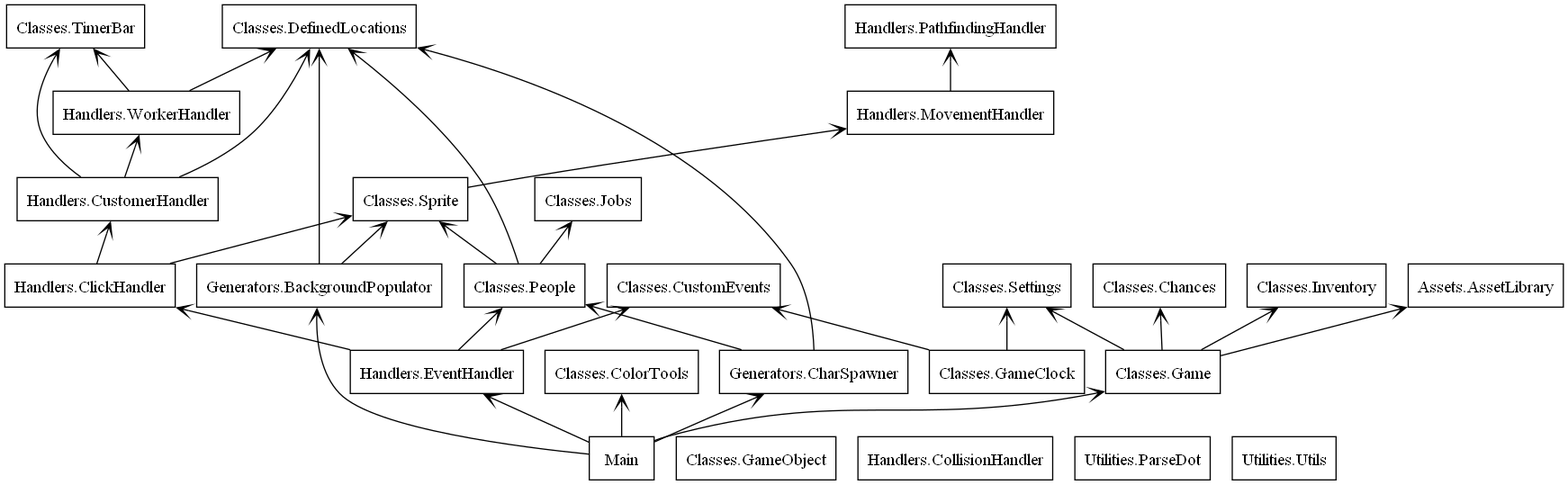
Above: Utilities/packages.png in AedanM/PoppaPizza (Graphviz), before the change. Its source is kept beside it as Utilities/packages.dot.
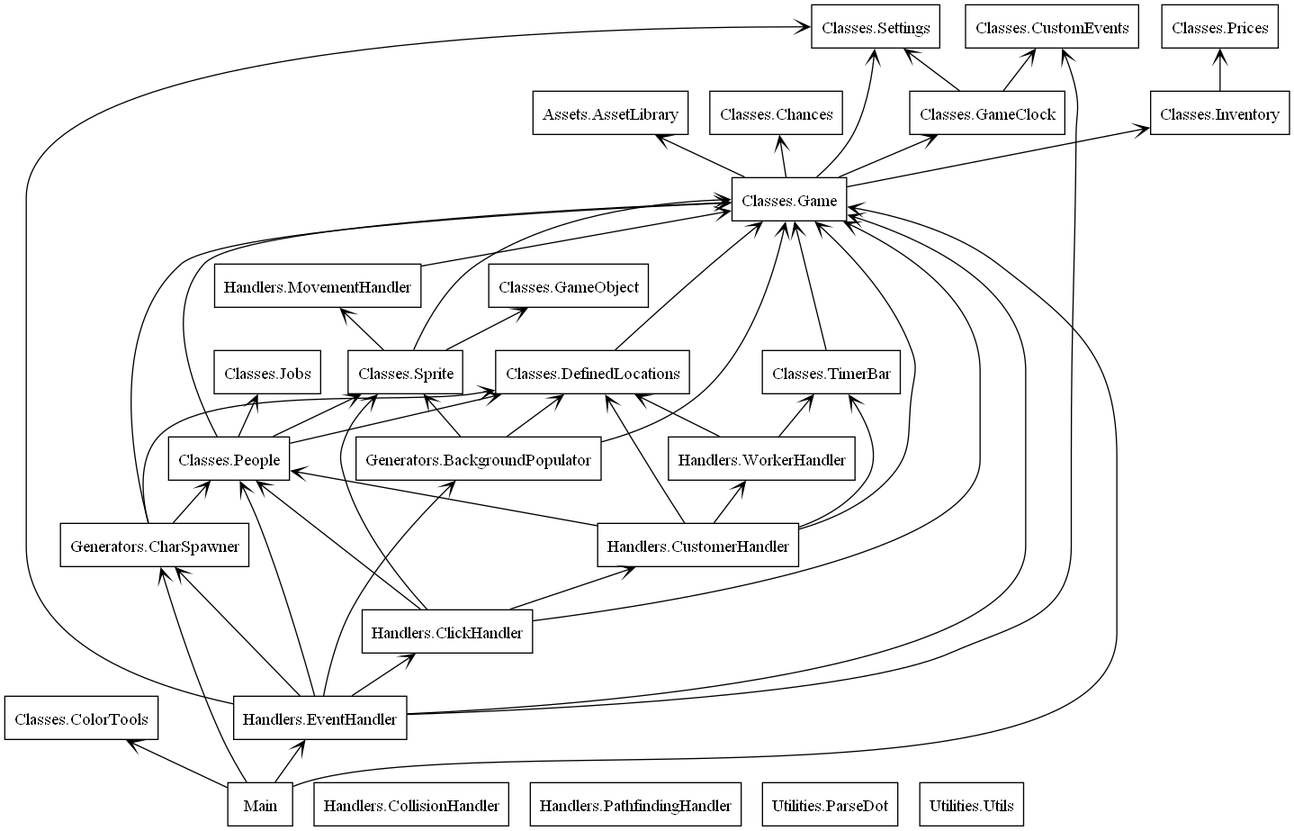
After the commit.

Change to the diagram source:
```diff
@@ -12,6 +12,7 @@
 "Classes.Inventory" [color="black", label=<Classes.Inventory>, shape="box", style="solid"];
 "Classes.Jobs" [color="black", label=<Classes.Jobs>, shape="box", style="solid"];
 "Classes.People" [color="black", label=<Classes.People>, shape="box", style="solid"];
+"Classes.Prices" [color="black", label=<Classes.Prices>, shape="box", style="solid"];
 "Classes.Settings" [color="black", label=<Classes.Settings>, shape="box", style="solid"];
 "Classes.Sprite" [color="black", label=<Classes.Sprite>, shape="box", style="solid"];
 "Classes.TimerBar" [color="black", label=<Classes.TimerBar>, shape="box", style="solid"];
@@ -27,34 +28,50 @@
 "Main" [color="black", label=<Main>, shape="box", style="solid"];
 "Utilities.ParseDot" [color="black", label=<Utilities.ParseDot>, shape="box", style="solid"];
 "Utilities.Utils" [color="black", label=<Utilities.Utils>, shape="box", style="solid"];
+"Classes.DefinedLocations" -> "Classes.Game" [arrowhead="open", arrowtail="none"];
 "Classes.Game" -> "Assets.AssetLibrary" [arrowhead="open", arrowtail="none"];
 "Classes.Game" -> "Classes.Chances" [arrowhead="open", arrowtail="none"];
+"Classes.Game" -> "Classes.GameClock" [arrowhead="open", arrowtail="none"];
 "Classes.Game" -> "Classes.Inventory" [arrowhead="open", arrowtail="none"];
 "Classes.Game" -> "Classes.Settings" [arrowhead="open", arrowtail="none"];
 "Classes.GameClock" -> "Classes.CustomEvents" [arrowhead="open", arrowtail="none"];
 "Classes.GameClock" -> "Classes.Settings" [arrowhead="open", arrowtail="none"];
+"Classes.Inventory" -> "Classes.Prices" [arrowhead="open", arrowtail="none"];
 "Classes.People" -> "Classes.DefinedLocations" [arrowhead="open", arrowtail="none"];
+"Classes.People" -> "Classes.Game" [arrowhead="open", arrowtail="none"];
 "Classes.People" -> "Classes.Jobs" [arrowhead="open", arrowtail="none"];
 "Classes.People" -> "Classes.Sprite" [arrowhead="open", arrowtail="none"];
+"Classes.Sprite" -> "Classes.Game" [arrowhead="open", arrowtail="none"];
+"Classes.Sprite" -> "Classes.GameObject" [arrowhead="open", arrowtail="none"];
 "Classes.Sprite" -> "Handlers.MovementHandler" [arrowhead="open", arrowtail="none"];
+"Classes.TimerBar" -> "Classes.Game" [arrowhead="open", arrowtail="none"];
 "Generators.BackgroundPopulator" -> "Classes.DefinedLocations" [arrowhead="open", arrowtail="none"];
+"Generators.BackgroundPopulator" -> "Classes.Game" [arrowhead="open", arrowtail="none"];
 "Generators.BackgroundPopulator" -> "Classes.Sprite" [arrowhead="open", arrowtail="none"];
 "Generators.CharSpawner" -> "Classes.DefinedLocations" [arrowhead="open", arrowtail="none"];
+"Generators.CharSpawner" -> "Classes.Game" [arrowhead="open", arrowtail="none"];
 "Generators.CharSpawner" -> "Classes.People" [arrowhead="open", arrowtail="none"];
+"Handlers.ClickHandler" -> "Classes.Game" [arrowhead="open", arrowtail="none"];
+"Handlers.ClickHandler" -> "Classes.People" [arrowhead="open", arrowtail="none"];
 "Handlers.ClickHandler" -> "Classes.Sprite" [arrowhead="open", arrowtail="none"];
 "Handlers.ClickHandler" -> "Handlers.CustomerHandler" [arrowhead="open", arrowtail="none"];
 "Handlers.CustomerHandler" -> "Classes.DefinedLocations" [arrowhead="open", arrowtail="none"];
+"Handlers.CustomerHandler" -> "Classes.Game" [arrowhead="open", arrowtail="none"];
+"Handlers.CustomerHandler" -> "Classes.People" [arrowhead="open", arrowtail="none"];
 "Handlers.CustomerHandler" -> "Classes.TimerBar" [arrowhead="open", arrowtail="none"];
 "Handlers.CustomerHandler" -> "Handlers.WorkerHandler" [arrowhead="open", arrowtail="none"];
 "Handlers.EventHandler" -> "Classes.CustomEvents" [arrowhead="open", arrowtail="none"];
+"Handlers.EventHandler" -> "Classes.Game" [arrowhead="open", arrowtail="none"];
 "Handlers.EventHandler" -> "Classes.People" [arrowhead="open", arrowtail="none"];
+"Handlers.EventHandler" -> "Classes.Settings" [arrowhead="open", arrowtail="none"];
+"Handlers.EventHandler" -> "Generators.BackgroundPopulator" [arrowhead="open", arrowtail="none"];
+"Handlers.EventHandler" -> "Generators.CharSpawner" [arrowhead="open", arrowtail="none"];
 "Handlers.EventHandler" -> "Handlers.ClickHandler" [arrowhead="open", arrowtail="none"];
-"Handlers.MovementHandler" -> "Handlers.PathfindingHandler" [arrowhead="open", arrowtail="none"];
+"Handlers.MovementHandler" -> "Classes.Game" [arrowhead="open", arrowtail="none"];
 "Handlers.WorkerHandler" -> "Classes.DefinedLocations" [arrowhead="open", arrowtail="none"];
 "Handlers.WorkerHandler" -> "Classes.TimerBar" [arrowhead="open", arrowtail="none"];
 "Main" -> "Classes.ColorTools" [arrowhead="open", arrowtail="none"];
 "Main" -> "Classes.Game" [arrowhead="open", arrowtail="none"];
-"Main" -> "Generators.BackgroundPopulator" [arrowhead="open", arrowtail="none"];
 "Main" -> "Generators.CharSpawner" [arrowhead="open", arrowtail="none"];
 "Main" -> "Handlers.EventHandler" [arrowhead="open", arrowtail="none"];
 }
```
